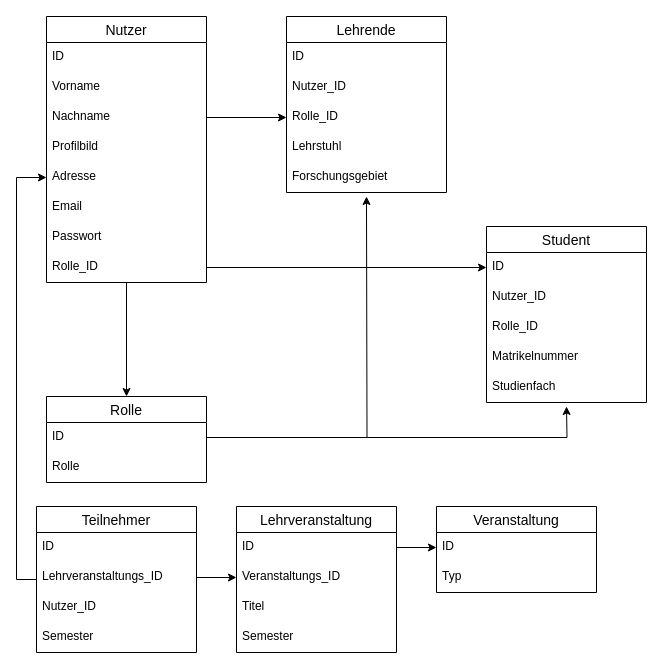
This is Spezifikation/drawio/SEPDB.drawio from yafetz/GruppeM, a draw.io file, before an edit. Source tidied: cells renumbered, new cells numbered last; positions are measured from the earlier drawing's top-left corner, leaving out a move shared by most shapes. Both pictures are drawn from the tidied source at 100%, with x=0, y=0 at pixel (36, 16).
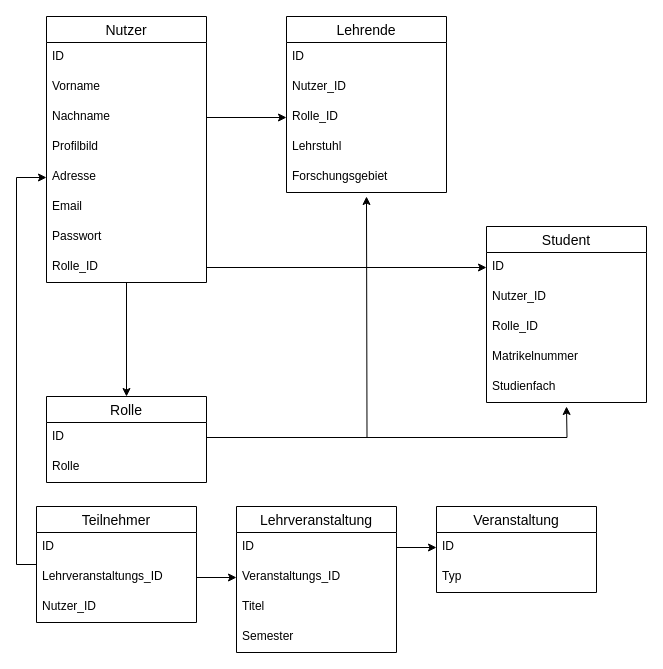
Above is the later version.

Commit message (it also covers changes not shown here):
SEP Datenbakdiagramm und DB update

Diff of the diagram source:
```diff
@@
     <mxCell id="40" value="Teilnehmer" style="swimlane;fontStyle=0;horizontal=1;startSize=26;align=center;fontSize=14;" parent="1" vertex="1">
-      <mxGeometry y="490" width="160" height="146" as="geometry" />
+      <mxGeometry y="490" width="160" height="116" as="geometry" />
     </mxCell>
@@
-    <mxCell id="44" value="Semester" style="text;strokeColor=none;fillColor=none;spacingLeft=4;spacingRight=4;overflow=hidden;fontSize=12;" parent="40" vertex="1">
-      <mxGeometry y="116" width="160" height="30" as="geometry" />
-    </mxCell>
```
